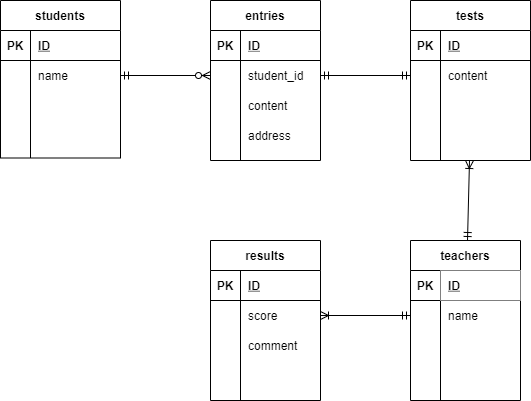
Earlier version of the draw.io export index.drawio.png (Rise-K/coachtech-db-practice). Source tidied: cells renumbered, new cells last; positions are measured from the earlier drawing's top-left corner, leaving out a move shared by most shapes.
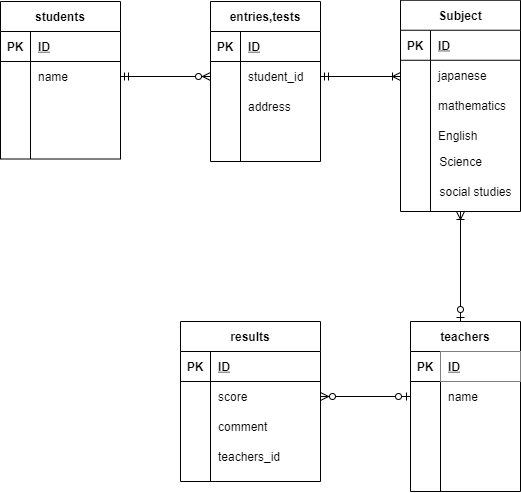
After the change.

Commit message:
リレーション,

What changed in the source:
```diff
@@ -42,7 +42,7 @@
       <mxGeometry x="30" width="90" height="30" as="geometry" />
     </mxCell>
     <mxCell id="15" value="teachers" style="shape=table;startSize=30;rowLines=0;fontStyle=1;align=center;" parent="1" vertex="1">
-      <mxGeometry x="410" y="240" width="110" height="160" as="geometry" />
+      <mxGeometry x="410" y="320" width="110" height="170" as="geometry" />
     </mxCell>
     <mxCell id="16" style="shape=partialRectangle;fillColor=none;top=0;left=0;bottom=1;right=0;" parent="15" vertex="1">
       <mxGeometry y="30" width="110" height="30" as="geometry" />
@@ -62,8 +62,17 @@
     <mxCell id="21" value="name" style="shape=partialRectangle;fillColor=none;top=0;left=0;bottom=0;right=0;align=left;spacingLeft=6;overflow=hidden;" parent="19" vertex="1">
       <mxGeometry x="30" width="80" height="30" as="geometry" />
     </mxCell>
+    <mxCell id="71" style="shape=partialRectangle;fillColor=none;top=0;left=0;bottom=0;right=0;" parent="15" vertex="1">
+      <mxGeometry y="90" width="110" height="30" as="geometry" />
+    </mxCell>
+    <mxCell id="72" style="shape=partialRectangle;fillColor=none;top=0;left=0;bottom=0;right=0;overflow=hidden;" parent="71" vertex="1">
+      <mxGeometry width="30" height="30" as="geometry" />
+    </mxCell>
+    <mxCell id="73" style="shape=partialRectangle;fillColor=none;top=0;left=0;bottom=0;right=0;align=left;spacingLeft=6;overflow=hidden;" parent="71" vertex="1">
+      <mxGeometry x="30" width="80" height="30" as="geometry" />
+    </mxCell>
     <mxCell id="22" style="shape=partialRectangle;fillColor=none;top=0;left=0;bottom=0;right=0;" parent="15" vertex="1">
-      <mxGeometry y="90" width="110" height="30" as="geometry" />
+      <mxGeometry y="120" width="110" height="30" as="geometry" />
     </mxCell>
     <mxCell id="23" style="shape=partialRectangle;fillColor=none;top=0;left=0;bottom=0;right=0;overflow=hidden;" parent="22" vertex="1">
       <mxGeometry width="30" height="30" as="geometry" />
@@ -72,59 +81,20 @@
       <mxGeometry x="30" width="80" height="30" as="geometry" />
     </mxCell>
     <mxCell id="25" style="shape=partialRectangle;fillColor=none;top=0;left=0;bottom=0;right=0;" parent="15" vertex="1">
-      <mxGeometry y="120" width="110" height="30" as="geometry" />
+      <mxGeometry y="150" width="110" height="20" as="geometry" />
     </mxCell>
     <mxCell id="26" style="shape=partialRectangle;fillColor=none;top=0;left=0;bottom=0;right=0;overflow=hidden;" parent="25" vertex="1">
-      <mxGeometry width="30" height="30" as="geometry" />
+      <mxGeometry width="30" height="20" as="geometry" />
     </mxCell>
     <mxCell id="27" style="shape=partialRectangle;fillColor=none;top=0;left=0;bottom=0;right=0;align=left;spacingLeft=6;overflow=hidden;" parent="25" vertex="1">
-      <mxGeometry x="30" width="80" height="30" as="geometry" />
+      <mxGeometry x="30" width="80" height="20" as="geometry" />
     </mxCell>
-    <mxCell id="28" value="tests" style="shape=table;startSize=30;rowLines=0;fontStyle=1;align=center;" parent="1" vertex="1">
-      <mxGeometry x="410" width="120" height="160" as="geometry" />
-    </mxCell>
-    <mxCell id="29" style="shape=partialRectangle;fillColor=none;top=0;left=0;bottom=1;right=0;" parent="28" vertex="1">
-      <mxGeometry y="30" width="120" height="30" as="geometry" />
-    </mxCell>
-    <mxCell id="30" value="PK" style="shape=partialRectangle;fillColor=none;top=0;left=0;bottom=0;right=0;fontStyle=1;overflow=hidden;" parent="29" vertex="1">
-      <mxGeometry width="30" height="30" as="geometry" />
-    </mxCell>
-    <mxCell id="31" value="ID" style="shape=partialRectangle;fillColor=none;top=0;left=0;bottom=0;right=0;align=left;spacingLeft=6;fontStyle=5;overflow=hidden;" parent="29" vertex="1">
-      <mxGeometry x="30" width="90" height="30" as="geometry" />
-    </mxCell>
-    <mxCell id="32" style="shape=partialRectangle;fillColor=none;top=0;left=0;bottom=0;right=0;points=[[0,0.5],[1,0.5]];portConstraint=eastwest;" parent="28" vertex="1">
-      <mxGeometry y="60" width="120" height="30" as="geometry" />
-    </mxCell>
-    <mxCell id="33" style="shape=partialRectangle;fillColor=none;top=0;left=0;bottom=0;right=0;overflow=hidden;" parent="32" vertex="1">
-      <mxGeometry width="30" height="30" as="geometry" />
-    </mxCell>
-    <mxCell id="34" value="content" style="shape=partialRectangle;fillColor=none;top=0;left=0;bottom=0;right=0;align=left;spacingLeft=6;overflow=hidden;" parent="32" vertex="1">
-      <mxGeometry x="30" width="90" height="30" as="geometry" />
-    </mxCell>
-    <mxCell id="35" style="shape=partialRectangle;fillColor=none;top=0;left=0;bottom=0;right=0;" parent="28" vertex="1">
-      <mxGeometry y="90" width="120" height="30" as="geometry" />
-    </mxCell>
-    <mxCell id="36" style="shape=partialRectangle;fillColor=none;top=0;left=0;bottom=0;right=0;overflow=hidden;" parent="35" vertex="1">
-      <mxGeometry width="30" height="30" as="geometry" />
-    </mxCell>
-    <mxCell id="37" style="shape=partialRectangle;fillColor=none;top=0;left=0;bottom=0;right=0;align=left;spacingLeft=6;overflow=hidden;" parent="35" vertex="1">
-      <mxGeometry x="30" width="90" height="30" as="geometry" />
-    </mxCell>
-    <mxCell id="38" style="shape=partialRectangle;fillColor=none;top=0;left=0;bottom=0;right=0;" parent="28" vertex="1">
-      <mxGeometry y="120" width="120" height="30" as="geometry" />
-    </mxCell>
-    <mxCell id="39" style="shape=partialRectangle;fillColor=none;top=0;left=0;bottom=0;right=0;overflow=hidden;" parent="38" vertex="1">
-      <mxGeometry width="30" height="30" as="geometry" />
-    </mxCell>
-    <mxCell id="40" style="shape=partialRectangle;fillColor=none;top=0;left=0;bottom=0;right=0;align=left;spacingLeft=6;overflow=hidden;" parent="38" vertex="1">
-      <mxGeometry x="30" width="90" height="30" as="geometry" />
-    </mxCell>
     <mxCell id="41" style="fontSize=12;html=1;endArrow=ERzeroToMany;startArrow=ERmandOne;exitX=1;exitY=0.5;exitDx=0;exitDy=0;entryX=0;entryY=0.5;entryDx=0;entryDy=0;" parent="1" edge="1" source="6">
       <mxGeometry relative="1" as="geometry">
         <mxPoint x="210" y="75" as="targetPoint" />
       </mxGeometry>
     </mxCell>
-    <mxCell id="42" value="entries" style="shape=table;startSize=30;rowLines=0;fontStyle=1;align=center;" parent="1" vertex="1">
+    <mxCell id="42" value="entries,tests" style="shape=table;startSize=30;rowLines=0;fontStyle=1;align=center;" parent="1" vertex="1">
       <mxGeometry x="210" width="110" height="160" as="geometry" />
     </mxCell>
     <mxCell id="43" style="shape=partialRectangle;fillColor=none;top=0;left=0;bottom=1;right=0;" parent="42" vertex="1">
@@ -145,73 +115,122 @@
     <mxCell id="48" value="student_id" style="shape=partialRectangle;fillColor=none;top=0;left=0;bottom=0;right=0;align=left;spacingLeft=6;overflow=hidden;" parent="46" vertex="1">
       <mxGeometry x="30" width="80" height="30" as="geometry" />
     </mxCell>
+    <mxCell id="52" style="shape=partialRectangle;fillColor=none;top=0;left=0;bottom=0;right=0;" parent="42" vertex="1">
+      <mxGeometry y="90" width="110" height="30" as="geometry" />
+    </mxCell>
+    <mxCell id="53" style="shape=partialRectangle;fillColor=none;top=0;left=0;bottom=0;right=0;overflow=hidden;" parent="52" vertex="1">
+      <mxGeometry width="30" height="30" as="geometry" />
+    </mxCell>
+    <mxCell id="54" value="address" style="shape=partialRectangle;fillColor=none;top=0;left=0;bottom=0;right=0;align=left;spacingLeft=6;overflow=hidden;" parent="52" vertex="1">
+      <mxGeometry x="30" width="80" height="30" as="geometry" />
+    </mxCell>
     <mxCell id="49" style="shape=partialRectangle;fillColor=none;top=0;left=0;bottom=0;right=0;" parent="42" vertex="1">
-      <mxGeometry y="90" width="110" height="30" as="geometry" />
+      <mxGeometry y="120" width="110" height="30" as="geometry" />
     </mxCell>
     <mxCell id="50" style="shape=partialRectangle;fillColor=none;top=0;left=0;bottom=0;right=0;overflow=hidden;" parent="49" vertex="1">
       <mxGeometry width="30" height="30" as="geometry" />
     </mxCell>
-    <mxCell id="51" value="content" style="shape=partialRectangle;fillColor=none;top=0;left=0;bottom=0;right=0;align=left;spacingLeft=6;overflow=hidden;" parent="49" vertex="1">
+    <mxCell id="51" style="shape=partialRectangle;fillColor=none;top=0;left=0;bottom=0;right=0;align=left;spacingLeft=6;overflow=hidden;" parent="49" vertex="1">
       <mxGeometry x="30" width="80" height="30" as="geometry" />
     </mxCell>
-    <mxCell id="52" style="shape=partialRectangle;fillColor=none;top=0;left=0;bottom=0;right=0;" parent="42" vertex="1">
-      <mxGeometry y="120" width="110" height="30" as="geometry" />
-    </mxCell>
-    <mxCell id="53" style="shape=partialRectangle;fillColor=none;top=0;left=0;bottom=0;right=0;overflow=hidden;" parent="52" vertex="1">
-      <mxGeometry width="30" height="30" as="geometry" />
-    </mxCell>
-    <mxCell id="54" value="address" style="shape=partialRectangle;fillColor=none;top=0;left=0;bottom=0;right=0;align=left;spacingLeft=6;overflow=hidden;" parent="52" vertex="1">
-      <mxGeometry x="30" width="80" height="30" as="geometry" />
-    </mxCell>
-    <mxCell id="55" style="fontSize=12;html=1;endArrow=ERmandOne;startArrow=ERmandOne;entryX=0;entryY=0.5;entryDx=0;entryDy=0;exitX=1;exitY=0.5;exitDx=0;exitDy=0;" parent="1" edge="1" source="46" target="32">
-      <mxGeometry relative="1" as="geometry" />
-    </mxCell>
     <mxCell id="56" value="results" style="shape=table;startSize=30;rowLines=0;fontStyle=1;align=center;" parent="1" vertex="1">
-      <mxGeometry x="210" y="240" width="110" height="160" as="geometry" />
+      <mxGeometry x="180" y="320" width="140" height="160" as="geometry" />
     </mxCell>
     <mxCell id="57" style="shape=partialRectangle;fillColor=none;top=0;left=0;bottom=1;right=0;" parent="56" vertex="1">
-      <mxGeometry y="30" width="110" height="30" as="geometry" />
+      <mxGeometry y="30" width="140" height="30" as="geometry" />
     </mxCell>
     <mxCell id="58" value="PK" style="shape=partialRectangle;fillColor=none;top=0;left=0;bottom=0;right=0;fontStyle=1;overflow=hidden;" parent="57" vertex="1">
       <mxGeometry width="30" height="30" as="geometry" />
     </mxCell>
     <mxCell id="59" value="ID" style="shape=partialRectangle;fillColor=none;top=0;left=0;bottom=0;right=0;align=left;spacingLeft=6;fontStyle=5;overflow=hidden;" parent="57" vertex="1">
-      <mxGeometry x="30" width="80" height="30" as="geometry" />
+      <mxGeometry x="30" width="110" height="30" as="geometry" />
     </mxCell>
     <mxCell id="60" style="shape=partialRectangle;fillColor=none;top=0;left=0;bottom=0;right=0;points=[[0,0.5],[1,0.5]];portConstraint=eastwest;" parent="56" vertex="1">
-      <mxGeometry y="60" width="110" height="30" as="geometry" />
+      <mxGeometry y="60" width="140" height="30" as="geometry" />
     </mxCell>
     <mxCell id="61" style="shape=partialRectangle;fillColor=none;top=0;left=0;bottom=0;right=0;overflow=hidden;" parent="60" vertex="1">
       <mxGeometry width="30" height="30" as="geometry" />
     </mxCell>
     <mxCell id="62" value="score" style="shape=partialRectangle;fillColor=none;top=0;left=0;bottom=0;right=0;align=left;spacingLeft=6;overflow=hidden;" parent="60" vertex="1">
-      <mxGeometry x="30" width="80" height="30" as="geometry" />
+      <mxGeometry x="30" width="110" height="30" as="geometry" />
     </mxCell>
     <mxCell id="63" style="shape=partialRectangle;fillColor=none;top=0;left=0;bottom=0;right=0;" parent="56" vertex="1">
-      <mxGeometry y="90" width="110" height="30" as="geometry" />
+      <mxGeometry y="90" width="140" height="30" as="geometry" />
     </mxCell>
     <mxCell id="64" style="shape=partialRectangle;fillColor=none;top=0;left=0;bottom=0;right=0;overflow=hidden;" parent="63" vertex="1">
       <mxGeometry width="30" height="30" as="geometry" />
     </mxCell>
     <mxCell id="65" value="comment" style="shape=partialRectangle;fillColor=none;top=0;left=0;bottom=0;right=0;align=left;spacingLeft=6;overflow=hidden;" parent="63" vertex="1">
-      <mxGeometry x="30" width="80" height="30" as="geometry" />
+      <mxGeometry x="30" width="110" height="30" as="geometry" />
     </mxCell>
     <mxCell id="66" style="shape=partialRectangle;fillColor=none;top=0;left=0;bottom=0;right=0;" parent="56" vertex="1">
-      <mxGeometry y="120" width="110" height="30" as="geometry" />
+      <mxGeometry y="120" width="140" height="30" as="geometry" />
     </mxCell>
     <mxCell id="67" style="shape=partialRectangle;fillColor=none;top=0;left=0;bottom=0;right=0;overflow=hidden;" parent="66" vertex="1">
       <mxGeometry width="30" height="30" as="geometry" />
     </mxCell>
-    <mxCell id="68" style="shape=partialRectangle;fillColor=none;top=0;left=0;bottom=0;right=0;align=left;spacingLeft=6;overflow=hidden;" parent="66" vertex="1">
-      <mxGeometry x="30" width="80" height="30" as="geometry" />
+    <mxCell id="68" value="teachers_id" style="shape=partialRectangle;fillColor=none;top=0;left=0;bottom=0;right=0;align=left;spacingLeft=6;overflow=hidden;" parent="66" vertex="1">
+      <mxGeometry x="30" width="110" height="30" as="geometry" />
     </mxCell>
-    <mxCell id="69" style="fontSize=12;html=1;endArrow=ERoneToMany;startArrow=ERmandOne;" parent="1" edge="1" source="15">
-      <mxGeometry relative="1" as="geometry">
-        <mxPoint x="469" y="160" as="targetPoint" />
-      </mxGeometry>
-    </mxCell>
-    <mxCell id="70" style="fontSize=12;html=1;endArrow=ERoneToMany;startArrow=ERmandOne;entryX=1;entryY=0.5;entryDx=0;entryDy=0;exitX=0;exitY=0.5;exitDx=0;exitDy=0;" parent="1" edge="1" source="19" target="60">
-      <mxGeometry relative="1" as="geometry" />
-    </mxCell>
+    <mxCell id="74" value="Subject" style="shape=table;startSize=30;rowLines=0;fontStyle=1;align=center;" parent="1" vertex="1">
+      <mxGeometry x="400" y="-1.2" width="120" height="211.2" as="geometry" />
+    </mxCell>
+    <mxCell id="29" style="shape=partialRectangle;fillColor=none;top=0;left=0;bottom=1;right=0;" parent="74" vertex="1">
+      <mxGeometry y="30" width="120" height="30" as="geometry" />
+    </mxCell>
+    <mxCell id="30" value="PK" style="shape=partialRectangle;fillColor=none;top=0;left=0;bottom=0;right=0;fontStyle=1;overflow=hidden;" parent="29" vertex="1">
+      <mxGeometry width="30" height="30" as="geometry" />
+    </mxCell>
+    <mxCell id="31" value="ID" style="shape=partialRectangle;fillColor=none;top=0;left=0;bottom=0;right=0;align=left;spacingLeft=6;fontStyle=5;overflow=hidden;" parent="29" vertex="1">
+      <mxGeometry x="30" width="90" height="30" as="geometry" />
+    </mxCell>
+    <mxCell id="32" style="shape=partialRectangle;fillColor=none;top=0;left=0;bottom=0;right=0;points=[[0,0.5],[1,0.5]];portConstraint=eastwest;" parent="74" vertex="1">
+      <mxGeometry y="60" width="120" height="30" as="geometry" />
+    </mxCell>
+    <mxCell id="75" style="shape=partialRectangle;fillColor=none;top=0;left=0;bottom=0;right=0;overflow=hidden;" parent="32" vertex="1">
+      <mxGeometry width="30" height="30" as="geometry" />
+    </mxCell>
+    <mxCell id="76" value="japanese" style="shape=partialRectangle;fillColor=none;top=0;left=0;bottom=0;right=0;align=left;spacingLeft=6;overflow=hidden;" parent="32" vertex="1">
+      <mxGeometry x="30" width="90" height="30" as="geometry" />
+    </mxCell>
+    <mxCell id="35" style="shape=partialRectangle;fillColor=none;top=0;left=0;bottom=0;right=0;" parent="74" vertex="1">
+      <mxGeometry y="90" width="120" height="30" as="geometry" />
+    </mxCell>
+    <mxCell id="77" style="shape=partialRectangle;fillColor=none;top=0;left=0;bottom=0;right=0;overflow=hidden;" parent="35" vertex="1">
+      <mxGeometry width="30" height="30" as="geometry" />
+    </mxCell>
+    <mxCell id="78" value="mathematics" style="shape=partialRectangle;fillColor=none;top=0;left=0;bottom=0;right=0;align=left;spacingLeft=6;overflow=hidden;" parent="35" vertex="1">
+      <mxGeometry x="30" width="90" height="30" as="geometry" />
+    </mxCell>
+    <mxCell id="38" style="shape=partialRectangle;fillColor=none;top=0;left=0;bottom=0;right=0;" parent="74" vertex="1">
+      <mxGeometry y="120" width="120" height="30" as="geometry" />
+    </mxCell>
+    <mxCell id="79" style="shape=partialRectangle;fillColor=none;top=0;left=0;bottom=0;right=0;overflow=hidden;" parent="38" vertex="1">
+      <mxGeometry width="30" height="30" as="geometry" />
+    </mxCell>
+    <mxCell id="80" value="English" style="shape=partialRectangle;fillColor=none;top=0;left=0;bottom=0;right=0;align=left;spacingLeft=6;overflow=hidden;" parent="38" vertex="1">
+      <mxGeometry x="30" width="90" height="30" as="geometry" />
+    </mxCell>
+    <mxCell id="81" value="Science" style="text;html=1;align=center;verticalAlign=middle;strokeColor=none;" parent="1" vertex="1">
+      <mxGeometry x="430" y="150" width="60" height="20" as="geometry" />
+    </mxCell>
+    <mxCell id="82" value="social studies" style="text;html=1;align=center;verticalAlign=middle;strokeColor=none;" parent="1" vertex="1">
+      <mxGeometry x="430" y="180" width="90" height="20" as="geometry" />
+    </mxCell>
+    <mxCell id="83" style="fontSize=12;html=1;endArrow=ERoneToMany;startArrow=ERmandOne;exitX=1;exitY=0.5;exitDx=0;exitDy=0;" parent="1" edge="1" source="46">
+      <mxGeometry relative="1" as="geometry">
+        <mxPoint x="400" y="75" as="targetPoint" />
+      </mxGeometry>
+    </mxCell>
+    <mxCell id="84" style="fontSize=12;html=1;endArrow=ERoneToMany;startArrow=ERzeroToOne;entryX=0.5;entryY=1;entryDx=0;entryDy=0;" parent="1" edge="1" target="74">
+      <mxGeometry relative="1" as="geometry">
+        <mxPoint x="460" y="320" as="sourcePoint" />
+      </mxGeometry>
+    </mxCell>
+    <mxCell id="85" style="fontSize=12;html=1;endArrow=ERzeroToMany;startArrow=ERzeroToOne;entryX=1;entryY=0.5;entryDx=0;entryDy=0;" parent="1" edge="1" target="60">
+      <mxGeometry relative="1" as="geometry">
+        <mxPoint x="410" y="395" as="sourcePoint" />
+      </mxGeometry>
+    </mxCell>
   </root>
 </mxGraphModel>
```
